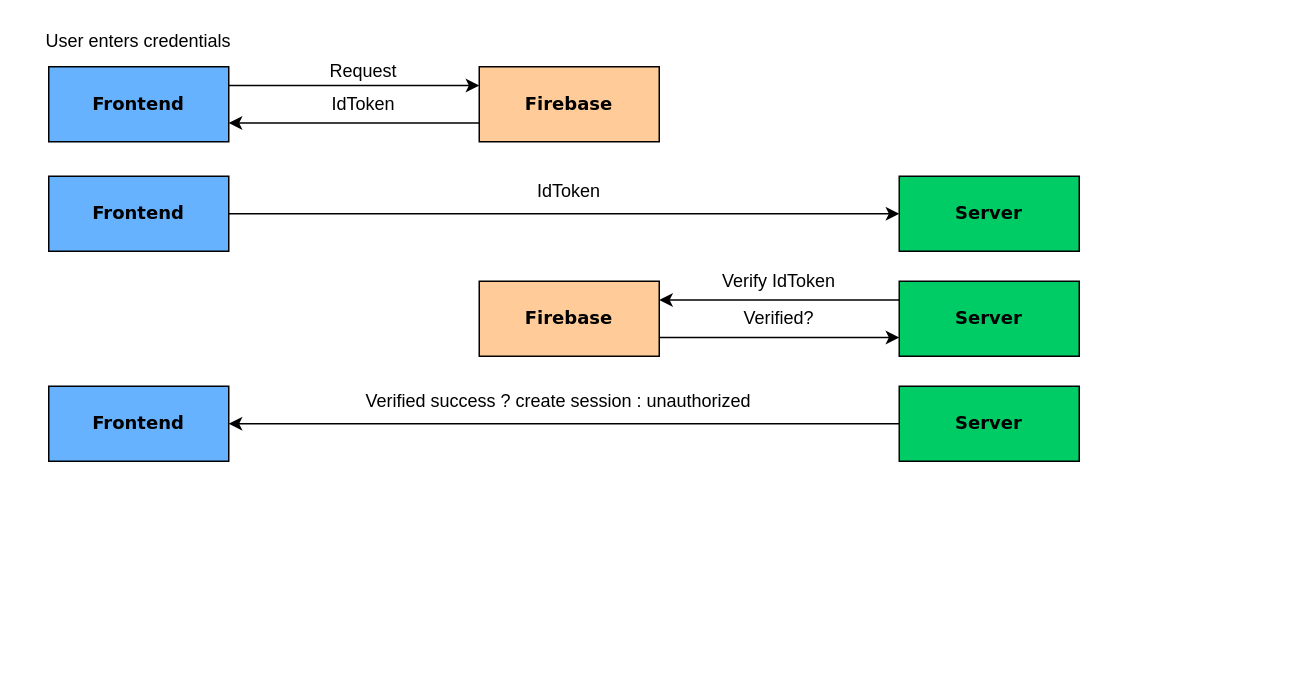
Earlier version of the draw.io diagram docs/authentication.drawio (CPTR450-Diplomacy/backend). Source tidied: cells renumbered, new cells numbered last; positions are measured from the earlier drawing's top-left corner, leaving out a move shared by most shapes. Both pictures are drawn from the tidied source at 150%, with x=0, y=0 at pixel (26, 26).
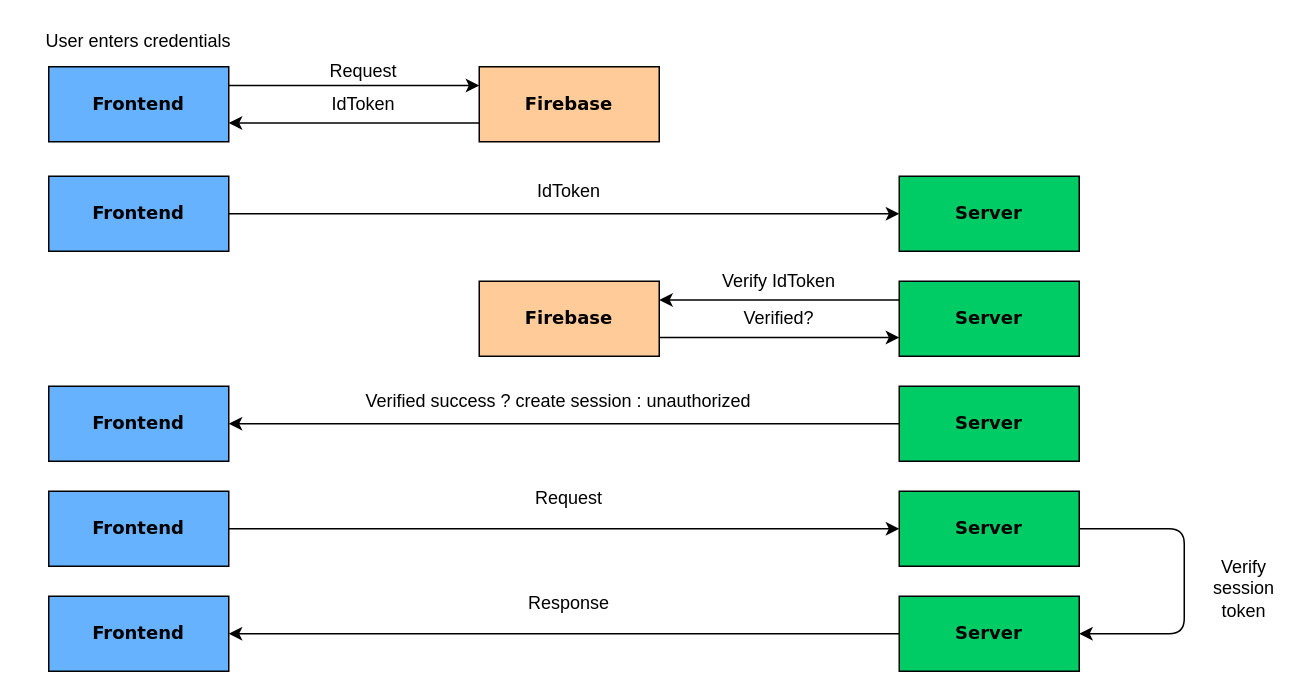
The same page after the edit.

Commit message (it also covers changes not shown here):
Update authentication flow diagram and write brief explanation in README

Diff of the diagram source:
```diff
@@
+    <mxCell id="23" value="&lt;b&gt;Server&lt;/b&gt;" style="whiteSpace=wrap;html=1;rounded=0;shadow=0;comic=0;labelBackgroundColor=none;strokeWidth=1;fontFamily=Verdana;fontSize=12;align=center;fillColor=#00CC66;" parent="1" vertex="1">
+      <mxGeometry x="582" y="310" width="120" height="50" as="geometry" />
+    </mxCell>
+    <mxCell id="24" value="&lt;b&gt;Frontend&lt;/b&gt;" style="whiteSpace=wrap;html=1;rounded=0;shadow=0;comic=0;labelBackgroundColor=none;strokeWidth=1;fontFamily=Verdana;fontSize=12;align=center;fillColor=#66B2FF;" parent="1" vertex="1">
+      <mxGeometry x="15" y="310" width="120" height="50" as="geometry" />
+    </mxCell>
+    <mxCell id="25" style="endArrow=classic;html=1;exitX=1;exitY=0.5;exitDx=0;exitDy=0;entryX=0;entryY=0.5;entryDx=0;entryDy=0;" parent="1" edge="1" source="24" target="23">
+      <mxGeometry relative="1" as="geometry" />
+    </mxCell>
+    <mxCell id="26" value="&lt;b&gt;Server&lt;/b&gt;" style="whiteSpace=wrap;html=1;rounded=0;shadow=0;comic=0;labelBackgroundColor=none;strokeWidth=1;fontFamily=Verdana;fontSize=12;align=center;fillColor=#00CC66;" parent="1" vertex="1">
+      <mxGeometry x="582" y="380" width="120" height="50" as="geometry" />
+    </mxCell>
+    <mxCell id="27" style="endArrow=classic;html=1;exitX=1;exitY=0.5;exitDx=0;exitDy=0;entryX=1;entryY=0.5;entryDx=0;entryDy=0;" parent="1" edge="1" source="23" target="26">
+      <mxGeometry relative="1" as="geometry">
+        <Array as="points">
+          <mxPoint x="772" y="335" />
+          <mxPoint x="772" y="405" />
+        </Array>
+      </mxGeometry>
+    </mxCell>
+    <mxCell id="28" value="Verify session token" style="text;html=1;strokeColor=none;fillColor=none;align=center;verticalAlign=middle;whiteSpace=wrap;rounded=0;" parent="1" vertex="1">
+      <mxGeometry x="782" y="360" width="60" height="30" as="geometry" />
+    </mxCell>
+    <mxCell id="29" value="&lt;b&gt;Frontend&lt;/b&gt;" style="whiteSpace=wrap;html=1;rounded=0;shadow=0;comic=0;labelBackgroundColor=none;strokeWidth=1;fontFamily=Verdana;fontSize=12;align=center;fillColor=#66B2FF;" parent="1" vertex="1">
+      <mxGeometry x="15" y="380" width="120" height="50" as="geometry" />
+    </mxCell>
+    <mxCell id="30" style="endArrow=classic;html=1;exitX=0;exitY=0.5;exitDx=0;exitDy=0;entryX=1;entryY=0.5;entryDx=0;entryDy=0;" parent="1" edge="1" source="26" target="29">
+      <mxGeometry relative="1" as="geometry" />
+    </mxCell>
+    <mxCell id="31" value="Response" style="text;html=1;strokeColor=none;fillColor=none;align=center;verticalAlign=middle;whiteSpace=wrap;rounded=0;" parent="1" vertex="1">
+      <mxGeometry x="332" y="370" width="60" height="30" as="geometry" />
+    </mxCell>
+    <mxCell id="32" value="Request" style="text;html=1;strokeColor=none;fillColor=none;align=center;verticalAlign=middle;whiteSpace=wrap;rounded=0;" parent="1" vertex="1">
+      <mxGeometry x="332" y="300" width="60" height="30" as="geometry" />
+    </mxCell>
```
